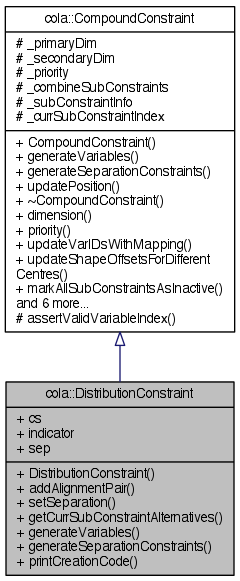
This is documentation/classcola_1_1DistributionConstraint__coll__graph.png from mjwybrow/adaptagrams, a Graphviz export, as it was before one commit. Its source is kept beside it as documentation/classcola_1_1DistributionConstraint__coll__graph.dot.
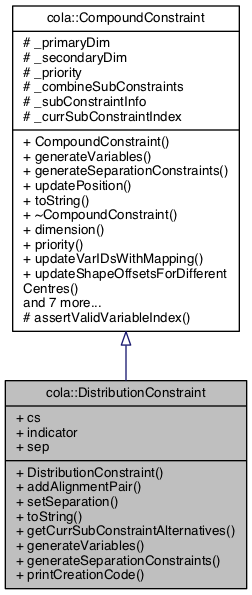
After the commit.

Change to the diagram source:
```diff
@@ -2,7 +2,7 @@
 {
   edge [fontname="Helvetica",fontsize="10",labelfontname="Helvetica",labelfontsize="10"];
   node [fontname="Helvetica",fontsize="10",shape=record];
-  Node1 [label="{cola::DistributionConstraint\n|+ cs\l+ indicator\l+ sep\l|+ DistributionConstraint()\l+ addAlignmentPair()\l+ setSeparation()\l+ getCurrSubConstraintAlternatives()\l+ generateVariables()\l+ generateSeparationConstraints()\l+ printCreationCode()\l}",height=0.2,width=0.4,color="black", fillcolor="grey75", style="filled" fontcolor="black"];
+  Node1 [label="{cola::DistributionConstraint\n|+ cs\l+ indicator\l+ sep\l|+ DistributionConstraint()\l+ addAlignmentPair()\l+ setSeparation()\l+ toString()\l+ getCurrSubConstraintAlternatives()\l+ generateVariables()\l+ generateSeparationConstraints()\l+ printCreationCode()\l}",height=0.2,width=0.4,color="black", fillcolor="grey75", style="filled", fontcolor="black"];
   Node2 -> Node1 [dir="back",color="midnightblue",fontsize="10",style="solid",arrowtail="onormal",fontname="Helvetica"];
-  Node2 [label="{cola::CompoundConstraint\n|# _primaryDim\l# _secondaryDim\l# _priority\l# _combineSubConstraints\l# _subConstraintInfo\l# _currSubConstraintIndex\l|+ CompoundConstraint()\l+ generateVariables()\l+ generateSeparationConstraints()\l+ updatePosition()\l+ ~CompoundConstraint()\l+ dimension()\l+ priority()\l+ updateVarIDsWithMapping()\l+ updateShapeOffsetsForDifferent\lCentres()\l+ markAllSubConstraintsAsInactive()\land 6 more...\l# assertValidVariableIndex()\l}",height=0.2,width=0.4,color="black", fillcolor="white", style="filled",URL="$classcola_1_1CompoundConstraint.html",tooltip="An abstract base class for all high-level compound constraints."];
+  Node2 [label="{cola::CompoundConstraint\n|# _primaryDim\l# _secondaryDim\l# _priority\l# _combineSubConstraints\l# _subConstraintInfo\l# _currSubConstraintIndex\l|+ CompoundConstraint()\l+ generateVariables()\l+ generateSeparationConstraints()\l+ updatePosition()\l+ toString()\l+ ~CompoundConstraint()\l+ dimension()\l+ priority()\l+ updateVarIDsWithMapping()\l+ updateShapeOffsetsForDifferent\lCentres()\land 7 more...\l# assertValidVariableIndex()\l}",height=0.2,width=0.4,color="black", fillcolor="white", style="filled",URL="$classcola_1_1CompoundConstraint.html",tooltip="An abstract base class for all high-level compound constraints. "];
 }
```
